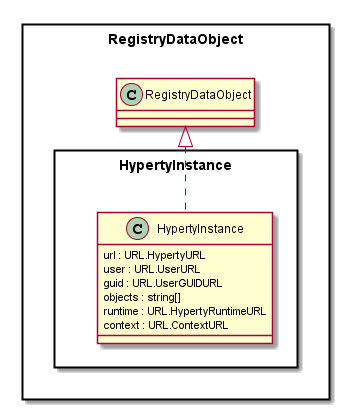
The PlantUML diagram docs/datamodel/core/hyperty-registry/Hyperty-Instance-Data-Object-Model.png in reTHINK-project/dev-service-framework, before a commit. Its diagram source:
```plantuml
@startuml "../../docs/datamodel/core/hyperty-registry/Hyperty-Instance-Data-Object-Model.png"


package RegistryDataObject <<Rect>> {

package HypertyInstance <<Rect>> {


	class HypertyInstance {
		url : URL.HypertyURL
		user : URL.UserURL
		guid : URL.UserGUIDURL
		objects : string[]
		runtime : URL.HypertyRuntimeURL
		context : URL.ContextURL
	}

}


	HypertyInstance .up.|> RegistryDataObject.RegistryDataObject


}


@enduml
```
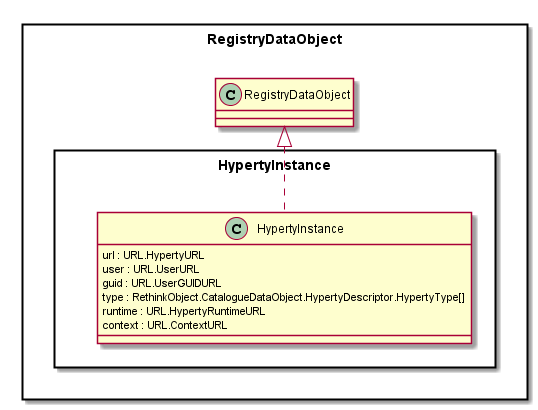
After the commit.

What changed in the source:
```diff
@@ -10,7 +10,7 @@
 		url : URL.HypertyURL
 		user : URL.UserURL
 		guid : URL.UserGUIDURL
-		objects : string[]
+		type : RethinkObject.CatalogueDataObject.HypertyDescriptor.HypertyType[]
 		runtime : URL.HypertyRuntimeURL
 		context : URL.ContextURL
 	}
```
